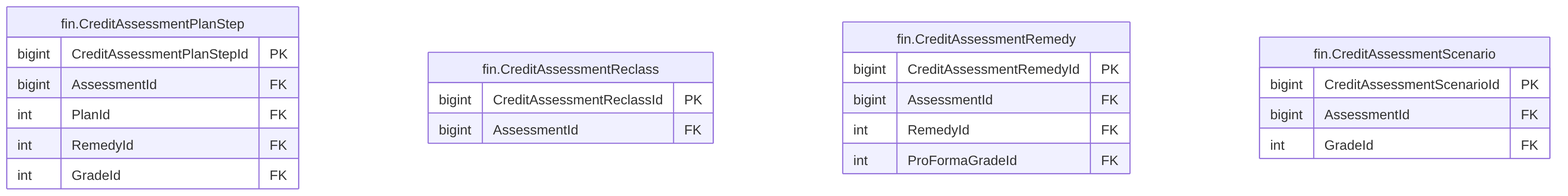
thawrasy/smartlines keeps this Mermaid diagram as treasury-platform/docs/diagrams/erd/m5_financials_4.png. Above is the earlier version. Its source is kept beside it as treasury-platform/docs/diagrams/erd/m5_financials_4.mmd.
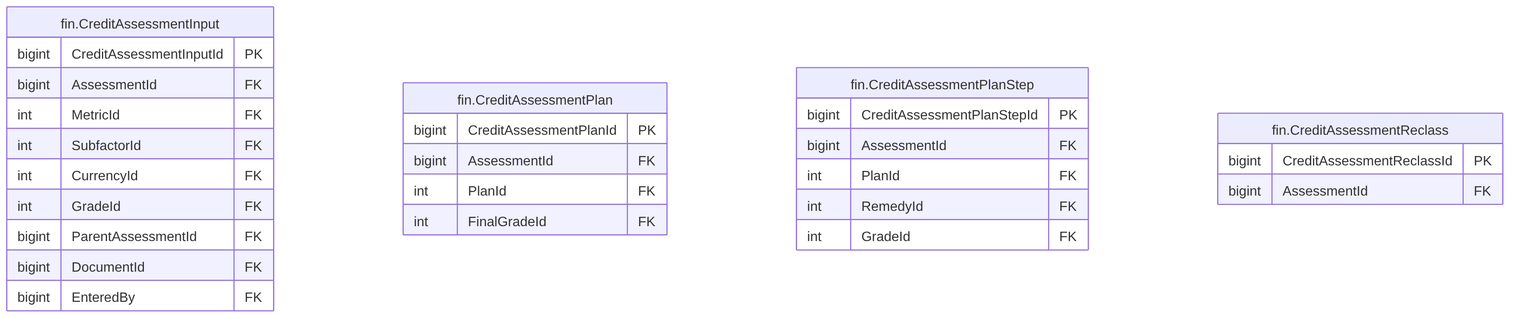
The same diagram one commit later.

Diff of the diagram source:
```diff
@@ -1,4 +1,21 @@
 erDiagram
+  fin_CreditAssessmentInput["fin.CreditAssessmentInput"] {
+    bigint CreditAssessmentInputId PK
+    bigint AssessmentId FK
+    int MetricId FK
+    int SubfactorId FK
+    int CurrencyId FK
+    int GradeId FK
+    bigint ParentAssessmentId FK
+    bigint DocumentId FK
+    bigint EnteredBy FK
+  }
+  fin_CreditAssessmentPlan["fin.CreditAssessmentPlan"] {
+    bigint CreditAssessmentPlanId PK
+    bigint AssessmentId FK
+    int PlanId FK
+    int FinalGradeId FK
+  }
   fin_CreditAssessmentPlanStep["fin.CreditAssessmentPlanStep"] {
     bigint CreditAssessmentPlanStepId PK
     bigint AssessmentId FK
@@ -10,14 +27,3 @@
     bigint CreditAssessmentReclassId PK
     bigint AssessmentId FK
   }
-  fin_CreditAssessmentRemedy["fin.CreditAssessmentRemedy"] {
-    bigint CreditAssessmentRemedyId PK
-    bigint AssessmentId FK
-    int RemedyId FK
-    int ProFormaGradeId FK
-  }
-  fin_CreditAssessmentScenario["fin.CreditAssessmentScenario"] {
-    bigint CreditAssessmentScenarioId PK
-    bigint AssessmentId FK
-    int GradeId FK
-  }
```
